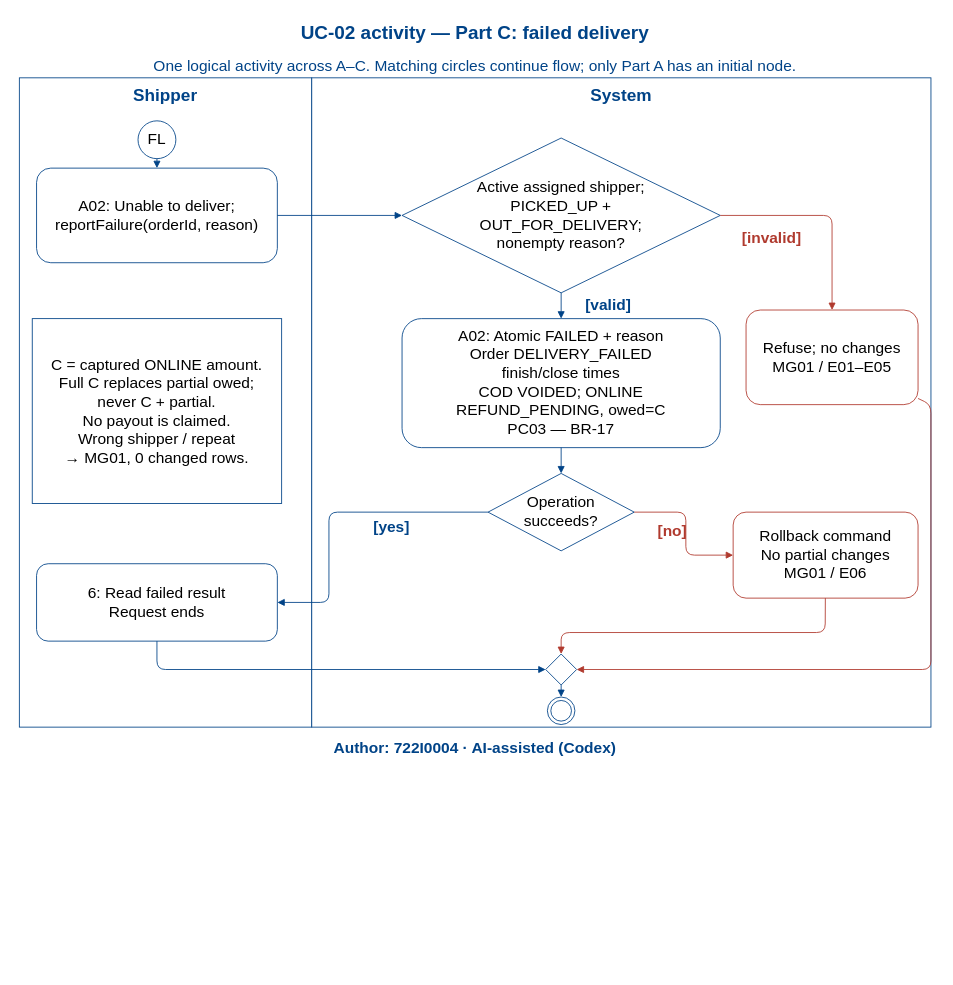
The draw.io diagram models/UC-02/activity_uc02_PartC.drawio in Dat071104/SaigonBite, before the edit. Source tidied: cells renumbered, new cells numbered last; positions are measured from the earlier drawing's top-left corner, leaving out a move shared by most shapes. Both pictures are drawn from the tidied source at 86%, with x=0, y=0 at pixel (15, 15).
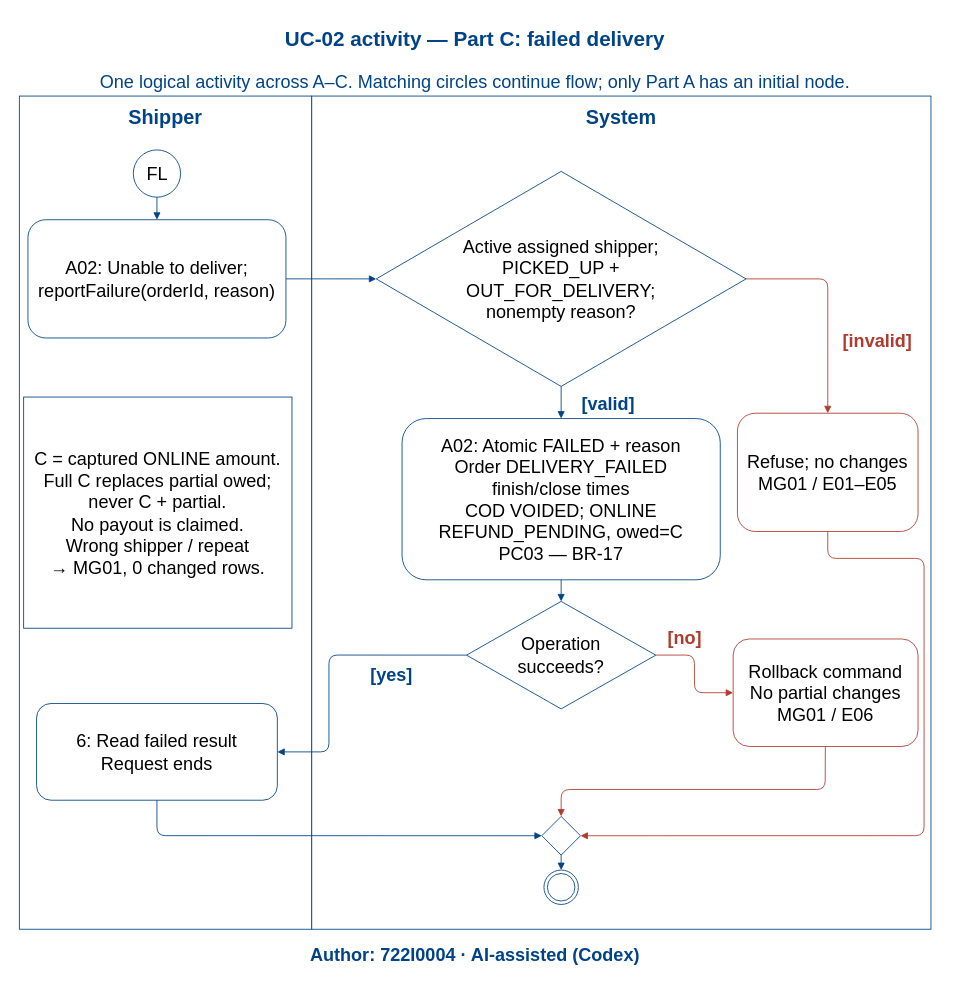
Above is the later version.

What changed in the source:
```diff
@@
-    <mxCell id="2" value="UC-02 activity — Part C: failed delivery" style="text;html=0;whiteSpace=wrap;fontSize=22;fontColor=#004387;fontStyle=1;align=center;verticalAlign=middle;strokeColor=none;fillColor=none;" parent="1" vertex="1">
-      <mxGeometry x="5" width="1060" height="42" as="geometry" />
+    <mxCell id="2" value="UC-02 activity — Part C: failed delivery" style="text;html=0;whiteSpace=wrap;fontSize=24;fontColor=#004387;fontStyle=1;align=center;verticalAlign=middle;strokeColor=none;fillColor=none;" parent="1" vertex="1">
+      <mxGeometry x="5" y="3" width="1060" height="52.5" as="geometry" />
     </mxCell>
-    <mxCell id="3" value="Author: 722I0004 · AI-assisted (Codex)" style="text;html=0;whiteSpace=wrap;fontSize=18;fontColor=#004387;fontStyle=1;align=center;verticalAlign=middle;strokeColor=none;fillColor=none;" parent="1" vertex="1">
-      <mxGeometry x="5" y="838" width="1060" height="28" as="geometry" />
+    <mxCell id="3" value="Author: 722I0004 · AI-assisted (Codex)" style="text;html=0;whiteSpace=wrap;fontSize=21;fontColor=#004387;fontStyle=1;align=center;verticalAlign=middle;strokeColor=none;fillColor=none;" parent="1" vertex="1">
+      <mxGeometry x="5" y="1075.5" width="1060" height="35" as="geometry" />
     </mxCell>
-    <mxCell id="4" style="rounded=0;html=0;whiteSpace=wrap;strokeColor=#004387;fillColor=white;fontSize=18;align=center;verticalAlign=middle;" parent="1" vertex="1">
-      <mxGeometry x="5" y="73" width="340" height="755" as="geometry" />
+    <mxCell id="4" style="rounded=0;html=0;whiteSpace=wrap;strokeColor=#004387;fillColor=white;fontSize=21;align=center;verticalAlign=middle;" parent="1" vertex="1">
+      <mxGeometry x="5" y="94.2" width="340" height="968.8" as="geometry" />
     </mxCell>
-    <mxCell id="5" style="rounded=0;html=0;whiteSpace=wrap;strokeColor=#004387;fillColor=white;fontSize=18;align=center;verticalAlign=middle;" parent="1" vertex="1">
-      <mxGeometry x="345" y="73" width="720" height="755" as="geometry" />
+    <mxCell id="5" style="rounded=0;html=0;whiteSpace=wrap;strokeColor=#004387;fillColor=white;fontSize=21;align=center;verticalAlign=middle;" parent="1" vertex="1">
+      <mxGeometry x="345" y="94.2" width="720" height="968.8" as="geometry" />
     </mxCell>
-    <mxCell id="6" value="Shipper" style="text;html=0;whiteSpace=wrap;fontSize=20;fontColor=#004387;fontStyle=1;align=center;verticalAlign=middle;strokeColor=none;fillColor=none;" parent="1" vertex="1">
-      <mxGeometry x="10" y="78" width="330" height="30" as="geometry" />
+    <mxCell id="6" value="Shipper" style="text;html=0;whiteSpace=wrap;fontSize=23;fontColor=#004387;fontStyle=1;align=center;verticalAlign=middle;strokeColor=none;fillColor=none;" parent="1" vertex="1">
+      <mxGeometry x="10" y="100.5" width="330" height="37.5" as="geometry" />
     </mxCell>
-    <mxCell id="7" value="System" style="text;html=0;whiteSpace=wrap;fontSize=20;fontColor=#004387;fontStyle=1;align=center;verticalAlign=middle;strokeColor=none;fillColor=none;" parent="1" vertex="1">
-      <mxGeometry x="350" y="78" width="710" height="30" as="geometry" />
+    <mxCell id="7" value="System" style="text;html=0;whiteSpace=wrap;fontSize=23;fontColor=#004387;fontStyle=1;align=center;verticalAlign=middle;strokeColor=none;fillColor=none;" parent="1" vertex="1">
+      <mxGeometry x="350" y="100.5" width="710" height="37.5" as="geometry" />
     </mxCell>
-    <mxCell id="8" value="FL" style="ellipse;html=0;whiteSpace=wrap;strokeColor=#004387;fillColor=white;fontSize=18;align=center;verticalAlign=middle;" parent="1" vertex="1">
-      <mxGeometry x="143" y="123" width="44" height="44" as="geometry" />
+    <mxCell id="8" value="FL" style="ellipse;html=0;whiteSpace=wrap;strokeColor=#004387;fillColor=white;fontSize=21;align=center;verticalAlign=middle;" parent="1" vertex="1">
+      <mxGeometry x="137.5" y="156.8" width="55" height="55" as="geometry" />
     </mxCell>
-    <mxCell id="9" value="A02: Unable to deliver;&#10;reportFailure(orderId, reason)" style="rounded=1;html=0;whiteSpace=wrap;strokeColor=#004387;fillColor=white;fontSize=18;align=center;verticalAlign=middle;" parent="1" vertex="1">
-      <mxGeometry x="25" y="178" width="280" height="110" as="geometry" />
+    <mxCell id="9" value="A02: Unable to deliver;&#10;reportFailure(orderId, reason)" style="rounded=1;html=0;whiteSpace=wrap;strokeColor=#004387;fillColor=white;fontSize=21;align=center;verticalAlign=middle;" parent="1" vertex="1">
+      <mxGeometry x="15" y="238" width="300" height="137.5" as="geometry" />
     </mxCell>
-    <mxCell id="10" value="Active assigned shipper;&#10;PICKED_UP +&#10;OUT_FOR_DELIVERY;&#10;nonempty reason?" style="rhombus;html=0;whiteSpace=wrap;strokeColor=#004387;fillColor=white;fontSize=18;align=center;verticalAlign=middle;" parent="1" vertex="1">
-      <mxGeometry x="450" y="143" width="370" height="180" as="geometry" />
+    <mxCell id="10" value="Active assigned shipper;&#10;PICKED_UP +&#10;OUT_FOR_DELIVERY;&#10;nonempty reason?" style="rhombus;html=0;whiteSpace=wrap;strokeColor=#004387;fillColor=white;fontSize=21;align=center;verticalAlign=middle;" parent="1" vertex="1">
+      <mxGeometry x="420" y="181.8" width="430" height="250" as="geometry" />
     </mxCell>
-    <mxCell id="11" value="A02: Atomic FAILED + reason&#10;Order DELIVERY_FAILED&#10;finish/close times&#10;COD VOIDED; ONLINE&#10;REFUND_PENDING, owed=C&#10;PC03 — BR-17" style="rounded=1;html=0;whiteSpace=wrap;strokeColor=#004387;fillColor=white;fontSize=18;align=center;verticalAlign=middle;" parent="1" vertex="1">
-      <mxGeometry x="450" y="353" width="370" height="150" as="geometry" />
+    <mxCell id="11" value="A02: Atomic FAILED + reason&#10;Order DELIVERY_FAILED&#10;finish/close times&#10;COD VOIDED; ONLINE&#10;REFUND_PENDING, owed=C&#10;PC03 — BR-17" style="rounded=1;html=0;whiteSpace=wrap;strokeColor=#004387;fillColor=white;fontSize=21;align=center;verticalAlign=middle;" parent="1" vertex="1">
+      <mxGeometry x="450" y="469.2" width="370" height="187.5" as="geometry" />
     </mxCell>
-    <mxCell id="12" value="Operation&#10;succeeds?" style="rhombus;html=0;whiteSpace=wrap;strokeColor=#004387;fillColor=white;fontSize=18;align=center;verticalAlign=middle;" parent="1" vertex="1">
-      <mxGeometry x="550" y="533" width="170" height="90" as="geometry" />
+    <mxCell id="12" value="Operation&#10;succeeds?" style="rhombus;html=0;whiteSpace=wrap;strokeColor=#004387;fillColor=white;fontSize=21;align=center;verticalAlign=middle;" parent="1" vertex="1">
+      <mxGeometry x="525" y="681.8" width="220" height="125" as="geometry" />
     </mxCell>
-    <mxCell id="13" value="Refuse; no changes&#10;MG01 / E01–E05" style="rounded=1;html=0;whiteSpace=wrap;strokeColor=#B03A2E;fillColor=white;fontSize=18;align=center;verticalAlign=middle;" parent="1" vertex="1">
-      <mxGeometry x="850" y="343" width="200" height="110" as="geometry" />
+    <mxCell id="13" value="Refuse; no changes&#10;MG01 / E01–E05" style="rounded=1;html=0;whiteSpace=wrap;strokeColor=#B03A2E;fillColor=white;fontSize=21;align=center;verticalAlign=middle;" parent="1" vertex="1">
+      <mxGeometry x="840" y="463" width="210" height="137.5" as="geometry" />
     </mxCell>
-    <mxCell id="14" value="Rollback command&#10;No partial changes&#10;MG01 / E06" style="rounded=1;html=0;whiteSpace=wrap;strokeColor=#B03A2E;fillColor=white;fontSize=18;align=center;verticalAlign=middle;" parent="1" vertex="1">
-      <mxGeometry x="835" y="578" width="215" height="100" as="geometry" />
+    <mxCell id="14" value="Rollback command&#10;No partial changes&#10;MG01 / E06" style="rounded=1;html=0;whiteSpace=wrap;strokeColor=#B03A2E;fillColor=white;fontSize=21;align=center;verticalAlign=middle;" parent="1" vertex="1">
+      <mxGeometry x="835" y="725.5" width="215" height="125" as="geometry" />
     </mxCell>
-    <mxCell id="15" value="6: Read failed result&#10;Request ends" style="rounded=1;html=0;whiteSpace=wrap;strokeColor=#004387;fillColor=white;fontSize=18;align=center;verticalAlign=middle;" parent="1" vertex="1">
-      <mxGeometry x="25" y="638" width="280" height="90" as="geometry" />
+    <mxCell id="15" value="6: Read failed result&#10;Request ends" style="rounded=1;html=0;whiteSpace=wrap;strokeColor=#004387;fillColor=white;fontSize=21;align=center;verticalAlign=middle;" parent="1" vertex="1">
+      <mxGeometry x="25" y="800.5" width="280" height="112.5" as="geometry" />
     </mxCell>
-    <mxCell id="16" style="rhombus;html=0;whiteSpace=wrap;strokeColor=#004387;fillColor=white;fontSize=18;align=center;verticalAlign=middle;" parent="1" vertex="1">
-      <mxGeometry x="617" y="743" width="36" height="36" as="geometry" />
+    <mxCell id="16" style="rhombus;html=0;whiteSpace=wrap;strokeColor=#004387;fillColor=white;fontSize=21;align=center;verticalAlign=middle;" parent="1" vertex="1">
+      <mxGeometry x="612.5" y="931.8" width="45" height="45" as="geometry" />
     </mxCell>
-    <mxCell id="17" style="shape=endState;html=0;whiteSpace=wrap;strokeColor=#004387;fillColor=white;fontSize=18;align=center;verticalAlign=middle;" parent="1" vertex="1">
-      <mxGeometry x="619" y="793" width="32" height="32" as="geometry" />
+    <mxCell id="17" style="shape=endState;html=0;whiteSpace=wrap;strokeColor=#004387;fillColor=white;fontSize=21;align=center;verticalAlign=middle;" parent="1" vertex="1">
+      <mxGeometry x="615" y="994.2" width="40" height="40" as="geometry" />
     </mxCell>
-    <mxCell id="18" value="C = captured ONLINE amount.&#10;Full C replaces partial owed;&#10;never C + partial.&#10;No payout is claimed.&#10;Wrong shipper / repeat&#10;→ MG01, 0 changed rows." style="rounded=0;html=0;whiteSpace=wrap;strokeColor=#004387;fillColor=white;fontSize=18;align=center;verticalAlign=middle;" parent="1" vertex="1">
-      <mxGeometry x="20" y="353" width="290" height="215" as="geometry" />
+    <mxCell id="18" value="C = captured ONLINE amount.&#10;Full C replaces partial owed;&#10;never C + partial.&#10;No payout is claimed.&#10;Wrong shipper / repeat&#10;→ MG01, 0 changed rows." style="rounded=0;html=0;whiteSpace=wrap;strokeColor=#004387;fillColor=white;fontSize=21;align=center;verticalAlign=middle;" parent="1" vertex="1">
+      <mxGeometry x="10" y="444.2" width="312" height="268.8" as="geometry" />
     </mxCell>
@@
-    <mxCell id="22" value="[valid]" style="text;html=0;whiteSpace=wrap;fontSize=18;fontColor=#004387;fontStyle=1;align=center;verticalAlign=middle;strokeColor=none;fillColor=none;" parent="1" vertex="1">
-      <mxGeometry x="640" y="325" width="100" height="26" as="geometry" />
+    <mxCell id="22" value="[valid]" style="text;html=0;whiteSpace=wrap;fontSize=21;fontColor=#004387;fontStyle=1;align=center;verticalAlign=middle;strokeColor=none;fillColor=none;" parent="1" vertex="1">
+      <mxGeometry x="640" y="435.5" width="100" height="32.5" as="geometry" />
     </mxCell>
     <mxCell id="23" style="edgeStyle=none;html=0;endArrow=block;strokeColor=#B03A2E;" parent="1" edge="1" source="10" target="13">
       <mxGeometry relative="1" as="geometry">
         <Array as="points">
-          <mxPoint x="950" y="233" />
+          <mxPoint x="945" y="306.8" />
         </Array>
       </mxGeometry>
     </mxCell>
-    <mxCell id="24" value="[invalid]" style="text;html=0;whiteSpace=wrap;fontSize=18;fontColor=#B03A2E;fontStyle=1;align=center;verticalAlign=middle;strokeColor=none;fillColor=none;" parent="1" vertex="1">
-      <mxGeometry x="820" y="246" width="120" height="26" as="geometry" />
+    <mxCell id="24" value="[invalid]" style="text;html=0;whiteSpace=wrap;fontSize=21;fontColor=#B03A2E;fontStyle=1;align=center;verticalAlign=middle;strokeColor=none;fillColor=none;" parent="1" vertex="1">
+      <mxGeometry x="953" y="363" width="100" height="32.5" as="geometry" />
     </mxCell>
@@
     <mxCell id="26" style="edgeStyle=none;html=0;endArrow=block;strokeColor=#004387;" parent="1" edge="1" source="12" target="15">
       <mxGeometry relative="1" as="geometry">
         <Array as="points">
-          <mxPoint x="365" y="578" />
-          <mxPoint x="365" y="683" />
+          <mxPoint x="365" y="744.2" />
+          <mxPoint x="365" y="856.8" />
         </Array>
       </mxGeometry>
     </mxCell>
-    <mxCell id="27" value="[yes]" style="text;html=0;whiteSpace=wrap;fontSize=18;fontColor=#004387;fontStyle=1;align=center;verticalAlign=middle;strokeColor=none;fillColor=none;" parent="1" vertex="1">
-      <mxGeometry x="393" y="583" width="90" height="26" as="geometry" />
+    <mxCell id="27" value="[yes]" style="text;html=0;whiteSpace=wrap;fontSize=21;fontColor=#004387;fontStyle=1;align=center;verticalAlign=middle;strokeColor=none;fillColor=none;" parent="1" vertex="1">
+      <mxGeometry x="393" y="750.5" width="90" height="32.5" as="geometry" />
     </mxCell>
     <mxCell id="28" style="edgeStyle=none;html=0;endArrow=block;strokeColor=#B03A2E;" parent="1" edge="1" source="12" target="14">
       <mxGeometry relative="1" as="geometry">
         <Array as="points">
-          <mxPoint x="780" y="578" />
-          <mxPoint x="780" y="628" />
+          <mxPoint x="790" y="744.2" />
+          <mxPoint x="790" y="788" />
         </Array>
       </mxGeometry>
     </mxCell>
-    <mxCell id="29" value="[no]" style="text;html=0;whiteSpace=wrap;fontSize=18;fontColor=#B03A2E;fontStyle=1;align=center;verticalAlign=middle;strokeColor=none;fillColor=none;" parent="1" vertex="1">
-      <mxGeometry x="732" y="587" width="65" height="26" as="geometry" />
+    <mxCell id="29" value="[no]" style="text;html=0;whiteSpace=wrap;fontSize=21;fontColor=#B03A2E;fontStyle=1;align=center;verticalAlign=middle;strokeColor=none;fillColor=none;" parent="1" vertex="1">
+      <mxGeometry x="749" y="708" width="60" height="32.5" as="geometry" />
     </mxCell>
     <mxCell id="30" style="edgeStyle=none;html=0;endArrow=block;strokeColor=#B03A2E;" parent="1" edge="1" source="13" target="16">
       <mxGeometry relative="1" as="geometry">
         <Array as="points">
-          <mxPoint x="1065" y="453" />
-          <mxPoint x="1065" y="761" />
+          <mxPoint x="945" y="631.8" />
+          <mxPoint x="1057" y="631.8" />
+          <mxPoint x="1057" y="954.2" />
         </Array>
       </mxGeometry>
     </mxCell>
     <mxCell id="31" style="edgeStyle=none;html=0;endArrow=block;strokeColor=#B03A2E;" parent="1" edge="1" source="14" target="16">
       <mxGeometry relative="1" as="geometry">
         <Array as="points">
-          <mxPoint x="942" y="718" />
-          <mxPoint x="635" y="718" />
+          <mxPoint x="942" y="900.5" />
+          <mxPoint x="635" y="900.5" />
         </Array>
       </mxGeometry>
     </mxCell>
     <mxCell id="32" style="edgeStyle=none;html=0;endArrow=block;strokeColor=#004387;" parent="1" edge="1" source="15" target="16">
       <mxGeometry relative="1" as="geometry">
         <Array as="points">
-          <mxPoint x="165" y="761" />
+          <mxPoint x="165" y="954.2" />
         </Array>
       </mxGeometry>
     </mxCell>
@@
-    <mxCell id="34" value="One logical activity across A–C. Matching circles continue flow; only Part A has an initial node." style="text;html=0;whiteSpace=wrap;fontSize=18;fontColor=#004387;fontStyle=0;align=center;verticalAlign=middle;strokeColor=none;fillColor=none;" parent="1" vertex="1">
-      <mxGeometry y="46" width="1070" height="26" as="geometry" />
+    <mxCell id="34" value="One logical activity across A–C. Matching circles continue flow; only Part A has an initial node." style="text;html=0;whiteSpace=wrap;fontSize=21;fontColor=#004387;fontStyle=0;align=center;verticalAlign=middle;strokeColor=none;fillColor=none;" parent="1" vertex="1">
+      <mxGeometry y="60.5" width="1070" height="32.5" as="geometry" />
     </mxCell>
```
